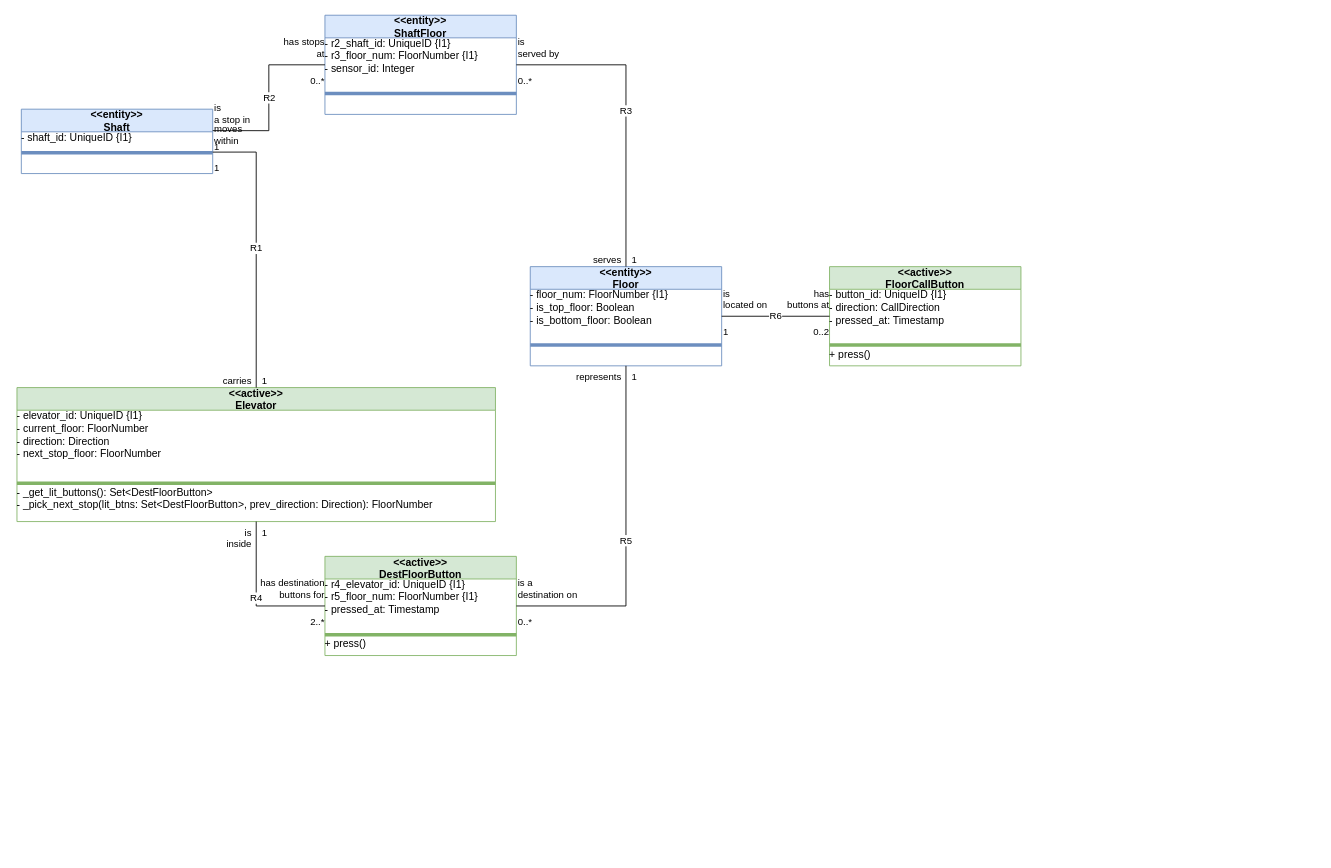
Before: examples/elevator/.design/model/diagrams/Elevator-class-diagram.drawio in BChaloux-Cyn/MDF-Simulator, a draw.io diagram. Source tidied: cells renumbered, new cells numbered last; positions are measured from the earlier drawing's top-left corner, leaving out a move shared by most shapes. Both pictures are drawn from the tidied source at 87%, with x=0, y=0 at pixel (17, 15).
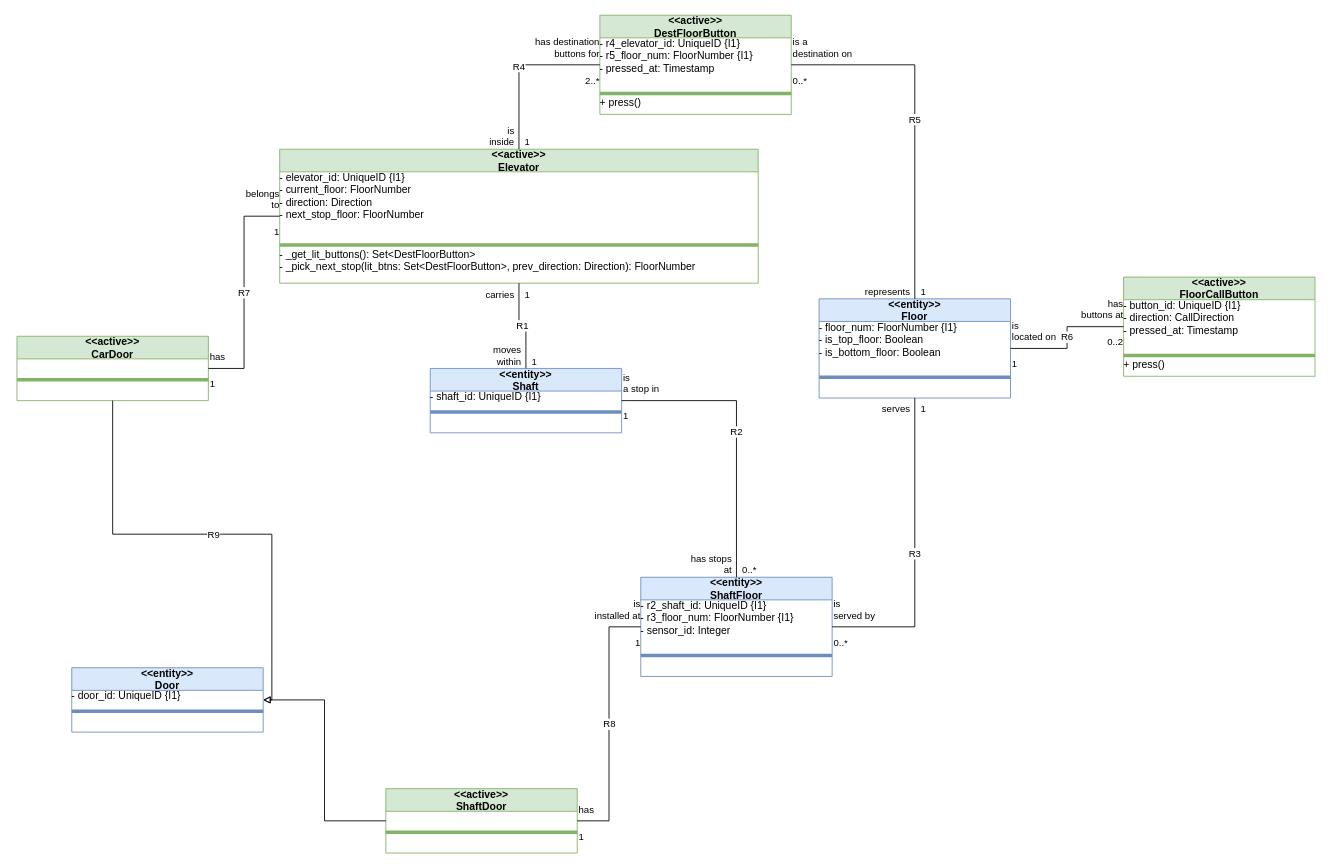
The same diagram, later.

The edit, as a diff of the source:
```diff
@@
     <mxCell id="2" value="&lt;&lt;active&gt;&gt;&#10;Elevator" style="swimlane;fontStyle=1;horizontal=1;startSize=26;fillColor=#d5e8d4;strokeColor=#82b366;rounded=0;stackFill=1;" parent="1" vertex="1">
-      <mxGeometry y="428" width="550" height="154" as="geometry" />
+      <mxGeometry x="302" y="154" width="550" height="154" as="geometry" />
     </mxCell>
@@
     <mxCell id="6" value="&lt;&lt;entity&gt;&gt;&#10;Shaft" style="swimlane;fontStyle=1;horizontal=1;startSize=26;fillColor=#dae8fc;strokeColor=#6c8ebf;rounded=0;stackFill=1;" parent="1" vertex="1">
-      <mxGeometry x="5" y="108" width="220" height="74" as="geometry" />
+      <mxGeometry x="475" y="406" width="220" height="74" as="geometry" />
     </mxCell>
@@
     <mxCell id="10" value="&lt;&lt;entity&gt;&gt;&#10;Floor" style="swimlane;fontStyle=1;horizontal=1;startSize=26;fillColor=#dae8fc;strokeColor=#6c8ebf;rounded=0;stackFill=1;" parent="1" vertex="1">
-      <mxGeometry x="590" y="289" width="220" height="114" as="geometry" />
+      <mxGeometry x="922" y="326" width="220" height="114" as="geometry" />
     </mxCell>
@@
     <mxCell id="14" value="&lt;&lt;entity&gt;&gt;&#10;ShaftFloor" style="swimlane;fontStyle=1;horizontal=1;startSize=26;fillColor=#dae8fc;strokeColor=#6c8ebf;rounded=0;stackFill=1;" parent="1" vertex="1">
-      <mxGeometry x="354" width="220" height="114" as="geometry" />
+      <mxGeometry x="717" y="646" width="220" height="114" as="geometry" />
     </mxCell>
@@
     <mxCell id="18" value="&lt;&lt;active&gt;&gt;&#10;DestFloorButton" style="swimlane;fontStyle=1;horizontal=1;startSize=26;fillColor=#d5e8d4;strokeColor=#82b366;rounded=0;stackFill=1;" parent="1" vertex="1">
-      <mxGeometry x="354" y="622" width="220" height="114" as="geometry" />
+      <mxGeometry x="670" width="220" height="114" as="geometry" />
     </mxCell>
@@
     <mxCell id="22" value="&lt;&lt;active&gt;&gt;&#10;FloorCallButton" style="swimlane;fontStyle=1;horizontal=1;startSize=26;fillColor=#d5e8d4;strokeColor=#82b366;rounded=0;stackFill=1;" parent="1" vertex="1">
-      <mxGeometry x="934" y="289" width="220" height="114" as="geometry" />
+      <mxGeometry x="1272" y="301" width="220" height="114" as="geometry" />
     </mxCell>
@@
+    <mxCell id="56" value="&lt;&lt;entity&gt;&gt;&#10;Door" style="swimlane;fontStyle=1;horizontal=1;startSize=26;fillColor=#dae8fc;strokeColor=#6c8ebf;rounded=0;stackFill=1;" parent="1" vertex="1">
+      <mxGeometry x="63" y="750" width="220" height="74" as="geometry" />
+    </mxCell>
+    <mxCell id="57" value="- door_id: UniqueID {I1}" style="text;strokeColor=none;fillColor=none;align=left;verticalAlign=top;spacingLeft=4;spacingRight=4;html=1;overflow=fill;whiteSpace=wrap;" parent="56" vertex="1">
+      <mxGeometry y="26" width="220" height="20" as="geometry" />
+    </mxCell>
+    <mxCell id="58" style="line;strokeColor=inherit;fillColor=none;align=left;verticalAlign=middle;spacingTop=-1;spacingBottom=-1;spacingLeft=3;spacingRight=3;" parent="56" vertex="1">
+      <mxGeometry y="46" width="220" height="8" as="geometry" />
+    </mxCell>
+    <mxCell id="59" style="text;strokeColor=none;fillColor=none;align=left;verticalAlign=top;spacingLeft=4;spacingRight=4;html=1;overflow=fill;whiteSpace=wrap;" parent="56" vertex="1">
+      <mxGeometry y="54" width="220" height="20" as="geometry" />
+    </mxCell>
+    <mxCell id="60" value="&lt;&lt;active&gt;&gt;&#10;CarDoor" style="swimlane;fontStyle=1;horizontal=1;startSize=26;fillColor=#d5e8d4;strokeColor=#82b366;rounded=0;stackFill=1;" parent="1" vertex="1">
+      <mxGeometry y="369" width="220" height="74" as="geometry" />
+    </mxCell>
+    <mxCell id="61" style="text;strokeColor=none;fillColor=none;align=left;verticalAlign=top;spacingLeft=4;spacingRight=4;html=1;overflow=fill;whiteSpace=wrap;" parent="60" vertex="1">
+      <mxGeometry y="26" width="220" height="20" as="geometry" />
+    </mxCell>
+    <mxCell id="62" style="line;strokeColor=inherit;fillColor=none;align=left;verticalAlign=middle;spacingTop=-1;spacingBottom=-1;spacingLeft=3;spacingRight=3;" parent="60" vertex="1">
+      <mxGeometry y="46" width="220" height="8" as="geometry" />
+    </mxCell>
+    <mxCell id="63" style="text;strokeColor=none;fillColor=none;align=left;verticalAlign=top;spacingLeft=4;spacingRight=4;html=1;overflow=fill;whiteSpace=wrap;" parent="60" vertex="1">
+      <mxGeometry y="54" width="220" height="20" as="geometry" />
+    </mxCell>
+    <mxCell id="64" value="&lt;&lt;active&gt;&gt;&#10;ShaftDoor" style="swimlane;fontStyle=1;horizontal=1;startSize=26;fillColor=#d5e8d4;strokeColor=#82b366;rounded=0;stackFill=1;" parent="1" vertex="1">
+      <mxGeometry x="424" y="889" width="220" height="74" as="geometry" />
+    </mxCell>
+    <mxCell id="65" style="text;strokeColor=none;fillColor=none;align=left;verticalAlign=top;spacingLeft=4;spacingRight=4;html=1;overflow=fill;whiteSpace=wrap;" parent="64" vertex="1">
+      <mxGeometry y="26" width="220" height="20" as="geometry" />
+    </mxCell>
+    <mxCell id="66" style="line;strokeColor=inherit;fillColor=none;align=left;verticalAlign=middle;spacingTop=-1;spacingBottom=-1;spacingLeft=3;spacingRight=3;" parent="64" vertex="1">
+      <mxGeometry y="46" width="220" height="8" as="geometry" />
+    </mxCell>
+    <mxCell id="67" style="text;strokeColor=none;fillColor=none;align=left;verticalAlign=top;spacingLeft=4;spacingRight=4;html=1;overflow=fill;whiteSpace=wrap;" parent="64" vertex="1">
+      <mxGeometry y="54" width="220" height="20" as="geometry" />
+    </mxCell>
-    <mxCell id="26" value="R1" style="edgeStyle=orthogonalEdgeStyle;rounded=0;html=1;endArrow=none;startArrow=none;exitX=0.5;exitY=0.0;exitDx=0;exitDy=0;entryX=1.0;entryY=0.6667;entryDx=0;entryDy=0;" parent="1" edge="1" source="2" target="6">
+    <mxCell id="26" value="R1" style="edgeStyle=orthogonalEdgeStyle;rounded=0;html=1;endArrow=none;startArrow=none;exitX=0.5;exitY=1.0;exitDx=0;exitDy=0;entryX=0.5;entryY=0.0;entryDx=0;entryDy=0;" parent="1" edge="1" source="2" target="6">
       <mxGeometry relative="1" as="geometry" />
     </mxCell>
-    <mxCell id="27" value="1" style="edgeLabel;html=1;fillColor=none;strokeColor=none;labelBackgroundColor=none;align=left;verticalAlign=bottom;" parent="26" vertex="1">
-      <mxGeometry x="-1" y="-5" relative="1" as="geometry" />
+    <mxCell id="27" value="1" style="edgeLabel;html=1;fillColor=none;strokeColor=none;labelBackgroundColor=none;align=left;verticalAlign=top;" parent="26" vertex="1">
+      <mxGeometry x="-1" y="5" relative="1" as="geometry" />
     </mxCell>
-    <mxCell id="28" value="carries" style="edgeLabel;html=1;fillColor=none;strokeColor=none;labelBackgroundColor=none;align=right;verticalAlign=bottom;" parent="26" vertex="1">
-      <mxGeometry x="-1" y="5" relative="1" as="geometry" />
+    <mxCell id="28" value="carries" style="edgeLabel;html=1;fillColor=none;strokeColor=none;labelBackgroundColor=none;align=right;verticalAlign=top;" parent="26" vertex="1">
+      <mxGeometry x="-1" y="-5" relative="1" as="geometry" />
     </mxCell>
-    <mxCell id="29" value="1" style="edgeLabel;html=1;fillColor=none;strokeColor=none;labelBackgroundColor=none;align=left;verticalAlign=top;" parent="26" vertex="1">
+    <mxCell id="29" value="1" style="edgeLabel;html=1;fillColor=none;strokeColor=none;labelBackgroundColor=none;align=left;verticalAlign=bottom;" parent="26" vertex="1">
       <mxGeometry x="1" y="5" relative="1" as="geometry" />
     </mxCell>
-    <mxCell id="30" value="moves&#10;within" style="edgeLabel;html=1;fillColor=none;strokeColor=none;labelBackgroundColor=none;align=left;verticalAlign=bottom;" parent="26" vertex="1">
+    <mxCell id="30" value="moves&#10;within" style="edgeLabel;html=1;fillColor=none;strokeColor=none;labelBackgroundColor=none;align=right;verticalAlign=bottom;" parent="26" vertex="1">
       <mxGeometry x="1" y="-5" relative="1" as="geometry" />
     </mxCell>
-    <mxCell id="31" value="R2" style="edgeStyle=orthogonalEdgeStyle;rounded=0;html=1;endArrow=none;startArrow=none;exitX=1.0;exitY=0.3333;exitDx=0;exitDy=0;entryX=0.0;entryY=0.5;entryDx=0;entryDy=0;" parent="1" edge="1" source="6" target="14">
+    <mxCell id="31" value="R2" style="edgeStyle=orthogonalEdgeStyle;rounded=0;html=1;endArrow=none;startArrow=none;exitX=1.0;exitY=0.5;exitDx=0;exitDy=0;entryX=0.5;entryY=0.0;entryDx=0;entryDy=0;" parent="1" edge="1" source="6" target="14">
       <mxGeometry relative="1" as="geometry" />
     </mxCell>
@@
-    <mxCell id="34" value="0..*" style="edgeLabel;html=1;fillColor=none;strokeColor=none;labelBackgroundColor=none;align=right;verticalAlign=top;" parent="31" vertex="1">
-      <mxGeometry x="1" y="-5" relative="1" as="geometry" />
+    <mxCell id="34" value="0..*" style="edgeLabel;html=1;fillColor=none;strokeColor=none;labelBackgroundColor=none;align=left;verticalAlign=bottom;" parent="31" vertex="1">
+      <mxGeometry x="1" y="5" relative="1" as="geometry" />
     </mxCell>
     <mxCell id="35" value="has stops&#10;at" style="edgeLabel;html=1;fillColor=none;strokeColor=none;labelBackgroundColor=none;align=right;verticalAlign=bottom;" parent="31" vertex="1">
-      <mxGeometry x="1" y="5" relative="1" as="geometry" />
+      <mxGeometry x="1" y="-5" relative="1" as="geometry" />
     </mxCell>
-    <mxCell id="36" value="R3" style="edgeStyle=orthogonalEdgeStyle;rounded=0;html=1;endArrow=none;startArrow=none;exitX=0.5;exitY=0.0;exitDx=0;exitDy=0;entryX=1.0;entryY=0.5;entryDx=0;entryDy=0;" parent="1" edge="1" source="10" target="14">
+    <mxCell id="36" value="R3" style="edgeStyle=orthogonalEdgeStyle;rounded=0;html=1;endArrow=none;startArrow=none;exitX=0.5;exitY=1.0;exitDx=0;exitDy=0;entryX=1.0;entryY=0.5;entryDx=0;entryDy=0;" parent="1" edge="1" source="10" target="14">
       <mxGeometry relative="1" as="geometry" />
     </mxCell>
-    <mxCell id="37" value="1" style="edgeLabel;html=1;fillColor=none;strokeColor=none;labelBackgroundColor=none;align=left;verticalAlign=bottom;" parent="36" vertex="1">
-      <mxGeometry x="-1" y="-5" relative="1" as="geometry" />
+    <mxCell id="37" value="1" style="edgeLabel;html=1;fillColor=none;strokeColor=none;labelBackgroundColor=none;align=left;verticalAlign=top;" parent="36" vertex="1">
+      <mxGeometry x="-1" y="5" relative="1" as="geometry" />
     </mxCell>
-    <mxCell id="38" value="serves" style="edgeLabel;html=1;fillColor=none;strokeColor=none;labelBackgroundColor=none;align=right;verticalAlign=bottom;" parent="36" vertex="1">
-      <mxGeometry x="-1" y="5" relative="1" as="geometry" />
+    <mxCell id="38" value="serves" style="edgeLabel;html=1;fillColor=none;strokeColor=none;labelBackgroundColor=none;align=right;verticalAlign=top;" parent="36" vertex="1">
+      <mxGeometry x="-1" y="-5" relative="1" as="geometry" />
     </mxCell>
@@
-    <mxCell id="41" value="R4" style="edgeStyle=orthogonalEdgeStyle;rounded=0;html=1;endArrow=none;startArrow=none;exitX=0.5;exitY=1.0;exitDx=0;exitDy=0;entryX=0.0;entryY=0.5;entryDx=0;entryDy=0;" parent="1" edge="1" source="2" target="18">
+    <mxCell id="41" value="R4" style="edgeStyle=orthogonalEdgeStyle;rounded=0;html=1;endArrow=none;startArrow=none;exitX=0.5;exitY=0.0;exitDx=0;exitDy=0;entryX=0.0;entryY=0.5;entryDx=0;entryDy=0;" parent="1" edge="1" source="2" target="18">
       <mxGeometry relative="1" as="geometry" />
     </mxCell>
-    <mxCell id="42" value="1" style="edgeLabel;html=1;fillColor=none;strokeColor=none;labelBackgroundColor=none;align=left;verticalAlign=top;" parent="41" vertex="1">
-      <mxGeometry x="-1" y="5" relative="1" as="geometry" />
+    <mxCell id="42" value="1" style="edgeLabel;html=1;fillColor=none;strokeColor=none;labelBackgroundColor=none;align=left;verticalAlign=bottom;" parent="41" vertex="1">
+      <mxGeometry x="-1" y="-5" relative="1" as="geometry" />
     </mxCell>
-    <mxCell id="43" value="is&#10;inside" style="edgeLabel;html=1;fillColor=none;strokeColor=none;labelBackgroundColor=none;align=right;verticalAlign=top;" parent="41" vertex="1">
-      <mxGeometry x="-1" y="-5" relative="1" as="geometry" />
+    <mxCell id="43" value="is&#10;inside" style="edgeLabel;html=1;fillColor=none;strokeColor=none;labelBackgroundColor=none;align=right;verticalAlign=bottom;" parent="41" vertex="1">
+      <mxGeometry x="-1" y="5" relative="1" as="geometry" />
     </mxCell>
@@
-    <mxCell id="46" value="R5" style="edgeStyle=orthogonalEdgeStyle;rounded=0;html=1;endArrow=none;startArrow=none;exitX=0.5;exitY=1.0;exitDx=0;exitDy=0;entryX=1.0;entryY=0.5;entryDx=0;entryDy=0;" parent="1" edge="1" source="10" target="18">
+    <mxCell id="46" value="R5" style="edgeStyle=orthogonalEdgeStyle;rounded=0;html=1;endArrow=none;startArrow=none;exitX=0.5;exitY=0.0;exitDx=0;exitDy=0;entryX=1.0;entryY=0.5;entryDx=0;entryDy=0;" parent="1" edge="1" source="10" target="18">
       <mxGeometry relative="1" as="geometry" />
     </mxCell>
-    <mxCell id="47" value="1" style="edgeLabel;html=1;fillColor=none;strokeColor=none;labelBackgroundColor=none;align=left;verticalAlign=top;" parent="46" vertex="1">
-      <mxGeometry x="-1" y="5" relative="1" as="geometry" />
+    <mxCell id="47" value="1" style="edgeLabel;html=1;fillColor=none;strokeColor=none;labelBackgroundColor=none;align=left;verticalAlign=bottom;" parent="46" vertex="1">
+      <mxGeometry x="-1" y="-5" relative="1" as="geometry" />
     </mxCell>
-    <mxCell id="48" value="represents" style="edgeLabel;html=1;fillColor=none;strokeColor=none;labelBackgroundColor=none;align=right;verticalAlign=top;" parent="46" vertex="1">
-      <mxGeometry x="-1" y="-5" relative="1" as="geometry" />
+    <mxCell id="48" value="represents" style="edgeLabel;html=1;fillColor=none;strokeColor=none;labelBackgroundColor=none;align=right;verticalAlign=bottom;" parent="46" vertex="1">
+      <mxGeometry x="-1" y="5" relative="1" as="geometry" />
     </mxCell>
@@
+    <mxCell id="68" value="R7" style="edgeStyle=orthogonalEdgeStyle;rounded=0;html=1;endArrow=none;startArrow=none;exitX=0.0;exitY=0.5;exitDx=0;exitDy=0;entryX=1.0;entryY=0.5;entryDx=0;entryDy=0;" parent="1" edge="1" source="2" target="60">
+      <mxGeometry relative="1" as="geometry" />
+    </mxCell>
+    <mxCell id="69" value="1" style="edgeLabel;html=1;fillColor=none;strokeColor=none;labelBackgroundColor=none;align=right;verticalAlign=top;" parent="68" vertex="1">
+      <mxGeometry x="-1" y="5" relative="1" as="geometry" />
+    </mxCell>
+    <mxCell id="70" value="belongs&#10;to" style="edgeLabel;html=1;fillColor=none;strokeColor=none;labelBackgroundColor=none;align=right;verticalAlign=bottom;" parent="68" vertex="1">
+      <mxGeometry x="-1" y="-5" relative="1" as="geometry" />
+    </mxCell>
+    <mxCell id="71" value="1" style="edgeLabel;html=1;fillColor=none;strokeColor=none;labelBackgroundColor=none;align=left;verticalAlign=top;" parent="68" vertex="1">
+      <mxGeometry x="1" y="5" relative="1" as="geometry" />
+    </mxCell>
+    <mxCell id="72" value="has" style="edgeLabel;html=1;fillColor=none;strokeColor=none;labelBackgroundColor=none;align=left;verticalAlign=bottom;" parent="68" vertex="1">
+      <mxGeometry x="1" y="-5" relative="1" as="geometry" />
+    </mxCell>
+    <mxCell id="73" value="R8" style="edgeStyle=orthogonalEdgeStyle;rounded=0;html=1;endArrow=none;startArrow=none;exitX=0.0;exitY=0.5;exitDx=0;exitDy=0;entryX=1.0;entryY=0.5;entryDx=0;entryDy=0;" parent="1" edge="1" source="14" target="64">
+      <mxGeometry relative="1" as="geometry" />
+    </mxCell>
+    <mxCell id="74" value="1" style="edgeLabel;html=1;fillColor=none;strokeColor=none;labelBackgroundColor=none;align=right;verticalAlign=top;" parent="73" vertex="1">
+      <mxGeometry x="-1" y="5" relative="1" as="geometry" />
+    </mxCell>
+    <mxCell id="75" value="is&#10;installed at" style="edgeLabel;html=1;fillColor=none;strokeColor=none;labelBackgroundColor=none;align=right;verticalAlign=bottom;" parent="73" vertex="1">
+      <mxGeometry x="-1" y="-5" relative="1" as="geometry" />
+    </mxCell>
+    <mxCell id="76" value="1" style="edgeLabel;html=1;fillColor=none;strokeColor=none;labelBackgroundColor=none;align=left;verticalAlign=top;" parent="73" vertex="1">
+      <mxGeometry x="1" y="5" relative="1" as="geometry" />
+    </mxCell>
+    <mxCell id="77" value="has" style="edgeLabel;html=1;fillColor=none;strokeColor=none;labelBackgroundColor=none;align=left;verticalAlign=bottom;" parent="73" vertex="1">
+      <mxGeometry x="1" y="-5" relative="1" as="geometry" />
+    </mxCell>
+    <mxCell id="78" value="R9" style="edgeStyle=orthogonalEdgeStyle;rounded=0;html=1;endArrow=block;endFill=0;startArrow=none;exitX=0.5;exitY=1.0;exitDx=0;exitDy=0;entryX=1.0;entryY=0.5;entryDx=0;entryDy=0;" parent="1" edge="1" source="60" target="56">
+      <mxGeometry relative="1" as="geometry" />
+    </mxCell>
+    <mxCell id="79" style="edgeStyle=orthogonalEdgeStyle;rounded=0;html=1;endArrow=block;endFill=0;startArrow=none;exitX=0.0;exitY=0.5;exitDx=0;exitDy=0;entryX=1.0;entryY=0.5;entryDx=0;entryDy=0;" parent="1" edge="1" source="64" target="56">
+      <mxGeometry relative="1" as="geometry" />
+    </mxCell>
```
